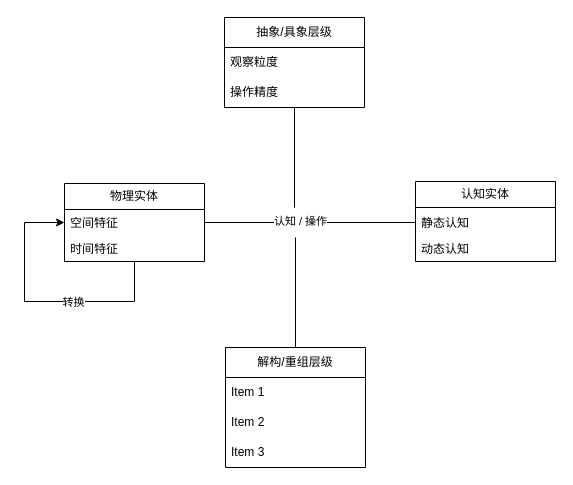
Earlier version of the draw.io diagram page "实体" (1 of 5) of base_model/实体和语言.drawio (cyxm/CodeGenerator). Source tidied: cells renumbered, new cells numbered last; positions are measured from the earlier drawing's top-left corner, leaving out a move shared by most shapes. Both pictures are drawn from the tidied source at 100%, with x=0, y=0 at pixel (24, 17).
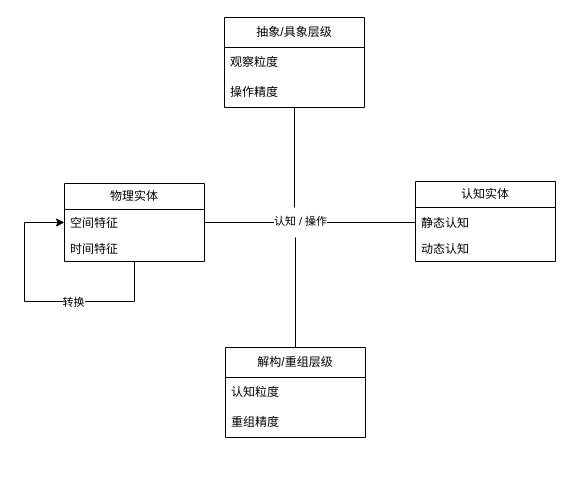
The same diagram, later.

Diff of the diagram source:
```diff
@@
     <mxCell id="2" value="解构/重组层级" style="swimlane;fontStyle=0;horizontal=1;startSize=30;whiteSpace=wrap;html=1;" parent="1" vertex="1">
-      <mxGeometry x="201" y="330" width="140" height="120" as="geometry" />
+      <mxGeometry x="201" y="330" width="140" height="90" as="geometry" />
     </mxCell>
-    <mxCell id="3" value="Item 1" style="text;strokeColor=none;fillColor=none;align=left;verticalAlign=middle;spacingLeft=4;spacingRight=4;overflow=hidden;whiteSpace=wrap;html=1;" parent="2" vertex="1">
+    <mxCell id="3" value="认知粒度" style="text;strokeColor=none;fillColor=none;align=left;verticalAlign=middle;spacingLeft=4;spacingRight=4;overflow=hidden;whiteSpace=wrap;html=1;" parent="2" vertex="1">
       <mxGeometry y="30" width="140" height="30" as="geometry" />
     </mxCell>
-    <mxCell id="4" value="Item 2" style="text;strokeColor=none;fillColor=none;align=left;verticalAlign=middle;spacingLeft=4;spacingRight=4;overflow=hidden;whiteSpace=wrap;html=1;" parent="2" vertex="1">
+    <mxCell id="4" value="重组精度" style="text;strokeColor=none;fillColor=none;align=left;verticalAlign=middle;spacingLeft=4;spacingRight=4;overflow=hidden;whiteSpace=wrap;html=1;" parent="2" vertex="1">
       <mxGeometry y="60" width="140" height="30" as="geometry" />
     </mxCell>
-    <mxCell id="5" value="Item 3" style="text;strokeColor=none;fillColor=none;align=left;verticalAlign=middle;spacingLeft=4;spacingRight=4;overflow=hidden;whiteSpace=wrap;html=1;" parent="2" vertex="1">
-      <mxGeometry y="90" width="140" height="30" as="geometry" />
-    </mxCell>
```
